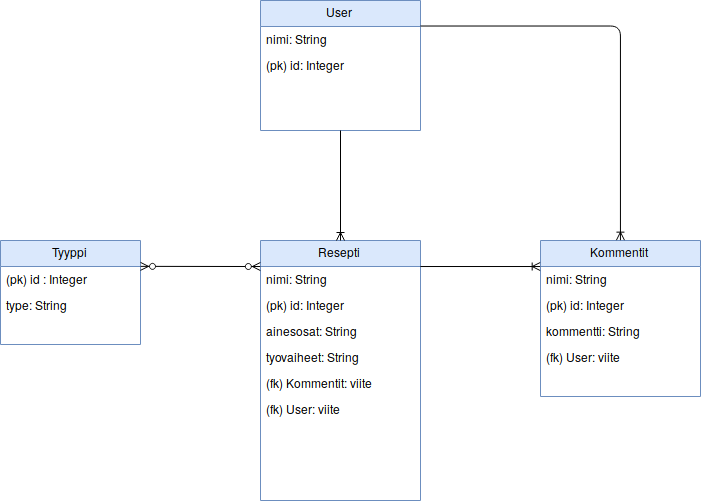
Before: dokumentaatio/reseptikirja_tietokantakaavio_alustava.png, a diagram exported from draw.io (Themis1/reseptikirja). Source tidied: cells renumbered, new cells last; positions are measured from the earlier drawing's top-left corner, leaving out a move shared by most shapes. Source of this version:
```xml
<mxGraphModel>
  <root>
    <mxCell id="0" />
    <mxCell id="1" parent="0" />
    <mxCell id="2" value="Kommentit" style="swimlane;fontStyle=0;horizontal=1;startSize=26;fillColor=#dae8fc;strokeColor=#6c8ebf;" parent="1" vertex="1">
      <mxGeometry x="540" y="240" width="160" height="156" as="geometry" />
    </mxCell>
    <mxCell id="3" value="nimi: String" style="text;strokeColor=none;fillColor=none;align=left;verticalAlign=top;spacingLeft=4;spacingRight=4;overflow=hidden;points=[[0,0.5],[1,0.5]];portConstraint=eastwest;" parent="2" vertex="1">
      <mxGeometry y="26" width="160" height="26" as="geometry" />
    </mxCell>
    <mxCell id="4" value="(pk) id: Integer" style="text;strokeColor=none;fillColor=none;align=left;verticalAlign=top;spacingLeft=4;spacingRight=4;overflow=hidden;" parent="2" vertex="1">
      <mxGeometry y="52" width="160" height="26" as="geometry" />
    </mxCell>
    <mxCell id="5" value="kommentti: String" style="text;strokeColor=none;fillColor=none;align=left;verticalAlign=top;spacingLeft=4;spacingRight=4;overflow=hidden;" parent="2" vertex="1">
      <mxGeometry y="78" width="160" height="26" as="geometry" />
    </mxCell>
    <mxCell id="6" value="(fk) User: viite" style="text;strokeColor=none;fillColor=none;align=left;verticalAlign=top;spacingLeft=4;spacingRight=4;overflow=hidden;points=[[0,0.5],[1,0.5]];portConstraint=eastwest;" parent="2" vertex="1">
      <mxGeometry y="104" width="160" height="26" as="geometry" />
    </mxCell>
    <mxCell id="7" value=" " style="text;strokeColor=none;fillColor=none;align=left;verticalAlign=top;spacingLeft=4;spacingRight=4;overflow=hidden;" parent="2" vertex="1">
      <mxGeometry y="130" width="160" height="26" as="geometry" />
    </mxCell>
    <mxCell id="8" value="Resepti" style="swimlane;fontStyle=0;horizontal=1;startSize=26;fillColor=#dae8fc;strokeColor=#6c8ebf;" parent="1" vertex="1">
      <mxGeometry x="260" y="240" width="160" height="260" as="geometry" />
    </mxCell>
    <mxCell id="9" value="nimi: String" style="text;strokeColor=none;fillColor=none;align=left;verticalAlign=top;spacingLeft=4;spacingRight=4;overflow=hidden;points=[[0,0.5],[1,0.5]];portConstraint=eastwest;" parent="8" vertex="1">
      <mxGeometry y="26" width="160" height="26" as="geometry" />
    </mxCell>
    <mxCell id="10" value="(pk) id: Integer" style="text;strokeColor=none;fillColor=none;align=left;verticalAlign=top;spacingLeft=4;spacingRight=4;overflow=hidden;" parent="8" vertex="1">
      <mxGeometry y="52" width="160" height="26" as="geometry" />
    </mxCell>
    <mxCell id="11" value="ainesosat: String" style="text;strokeColor=none;fillColor=none;align=left;verticalAlign=top;spacingLeft=4;spacingRight=4;overflow=hidden;" parent="8" vertex="1">
      <mxGeometry y="78" width="160" height="26" as="geometry" />
    </mxCell>
    <mxCell id="12" value="tyovaiheet: String" style="text;strokeColor=none;fillColor=none;align=left;verticalAlign=top;spacingLeft=4;spacingRight=4;overflow=hidden;" parent="8" vertex="1">
      <mxGeometry y="104" width="160" height="26" as="geometry" />
    </mxCell>
    <mxCell id="13" value="(fk) Kommentit: viite" style="text;strokeColor=none;fillColor=none;align=left;verticalAlign=top;spacingLeft=4;spacingRight=4;overflow=hidden;" parent="8" vertex="1">
      <mxGeometry y="130" width="160" height="26" as="geometry" />
    </mxCell>
    <mxCell id="14" value="(fk) User: viite" style="text;strokeColor=none;fillColor=none;align=left;verticalAlign=top;spacingLeft=4;spacingRight=4;overflow=hidden;" parent="8" vertex="1">
      <mxGeometry y="156" width="160" height="26" as="geometry" />
    </mxCell>
    <mxCell id="15" value=" " style="text;strokeColor=none;fillColor=none;align=left;verticalAlign=top;spacingLeft=4;spacingRight=4;overflow=hidden;" parent="8" vertex="1">
      <mxGeometry y="182" width="160" height="26" as="geometry" />
    </mxCell>
    <mxCell id="16" value=" " style="text;strokeColor=none;fillColor=none;align=left;verticalAlign=top;spacingLeft=4;spacingRight=4;overflow=hidden;" parent="8" vertex="1">
      <mxGeometry y="208" width="160" height="26" as="geometry" />
    </mxCell>
    <mxCell id="17" value=" " style="text;strokeColor=none;fillColor=none;align=left;verticalAlign=top;spacingLeft=4;spacingRight=4;overflow=hidden;" parent="8" vertex="1">
      <mxGeometry y="234" width="160" height="26" as="geometry" />
    </mxCell>
    <mxCell id="18" value="Tyyppi" style="swimlane;fontStyle=0;horizontal=1;startSize=26;fillColor=#dae8fc;strokeColor=#6c8ebf;" parent="1" vertex="1">
      <mxGeometry y="240" width="140" height="104" as="geometry" />
    </mxCell>
    <mxCell id="19" value="(pk) id : Integer" style="text;strokeColor=none;fillColor=none;align=left;verticalAlign=top;spacingLeft=4;spacingRight=4;overflow=hidden;points=[[0,0.5],[1,0.5]];portConstraint=eastwest;" parent="18" vertex="1">
      <mxGeometry y="26" width="140" height="26" as="geometry" />
    </mxCell>
    <mxCell id="20" value="type: String" style="text;strokeColor=none;fillColor=none;align=left;verticalAlign=top;spacingLeft=4;spacingRight=4;overflow=hidden;" parent="18" vertex="1">
      <mxGeometry y="52" width="140" height="26" as="geometry" />
    </mxCell>
    <mxCell id="21" value=" " style="text;strokeColor=none;fillColor=none;align=left;verticalAlign=top;spacingLeft=4;spacingRight=4;overflow=hidden;points=[[0,0.5],[1,0.5]];portConstraint=eastwest;" parent="18" vertex="1">
      <mxGeometry y="78" width="140" height="26" as="geometry" />
    </mxCell>
    <mxCell id="22" style="fontSize=12;html=1;endArrow=ERoneToMany;entryX=-0.002;entryY=0.001;entryDx=0;entryDy=0;entryPerimeter=0;exitX=0.999;exitY=0.001;exitDx=0;exitDy=0;exitPerimeter=0;" parent="1" edge="1" source="9" target="3">
      <mxGeometry relative="1" as="geometry" />
    </mxCell>
    <mxCell id="23" style="fontSize=12;html=1;endArrow=ERzeroToMany;endFill=1;startArrow=ERzeroToMany;entryX=-0.001;entryY=0.001;entryDx=0;entryDy=0;entryPerimeter=0;exitX=1;exitY=-0.005;exitDx=0;exitDy=0;exitPerimeter=0;" parent="1" edge="1" source="19" target="9">
      <mxGeometry relative="1" as="geometry" />
    </mxCell>
    <mxCell id="24" value="User" style="swimlane;fontStyle=0;horizontal=1;startSize=26;fillColor=#dae8fc;strokeColor=#6c8ebf;" parent="1" vertex="1">
      <mxGeometry x="260" width="160" height="130" as="geometry" />
    </mxCell>
    <mxCell id="25" value="nimi: String" style="text;strokeColor=none;fillColor=none;align=left;verticalAlign=top;spacingLeft=4;spacingRight=4;overflow=hidden;points=[[0,0.5],[1,0.5]];portConstraint=eastwest;" parent="24" vertex="1">
      <mxGeometry y="26" width="160" height="26" as="geometry" />
    </mxCell>
    <mxCell id="26" value="(pk) id: Integer" style="text;strokeColor=none;fillColor=none;align=left;verticalAlign=top;spacingLeft=4;spacingRight=4;overflow=hidden;" parent="24" vertex="1">
      <mxGeometry y="52" width="160" height="26" as="geometry" />
    </mxCell>
    <mxCell id="27" value=" " style="text;strokeColor=none;fillColor=none;align=left;verticalAlign=top;spacingLeft=4;spacingRight=4;overflow=hidden;" parent="24" vertex="1">
      <mxGeometry y="78" width="160" height="26" as="geometry" />
    </mxCell>
    <mxCell id="28" value=" " style="text;strokeColor=none;fillColor=none;align=left;verticalAlign=top;spacingLeft=4;spacingRight=4;overflow=hidden;" parent="24" vertex="1">
      <mxGeometry y="104" width="160" height="26" as="geometry" />
    </mxCell>
    <mxCell id="29" style="fontSize=12;html=1;endArrow=ERoneToMany;exitX=0.5;exitY=1;exitDx=0;exitDy=0;entryX=0.5;entryY=0;entryDx=0;entryDy=0;" parent="1" edge="1" source="24" target="8">
      <mxGeometry relative="1" as="geometry" />
    </mxCell>
    <mxCell id="30" style="fontSize=12;html=1;endArrow=ERoneToMany;entryX=0.5;entryY=0;entryDx=0;entryDy=0;exitX=1.001;exitY=-0.002;exitDx=0;exitDy=0;exitPerimeter=0;edgeStyle=orthogonalEdgeStyle;" parent="1" edge="1" source="25">
      <mxGeometry relative="1" as="geometry">
        <mxPoint x="619.9" y="239.6" as="targetPoint" />
        <Array as="points">
          <mxPoint x="620" y="26" />
        </Array>
      </mxGeometry>
    </mxCell>
  </root>
</mxGraphModel>
```
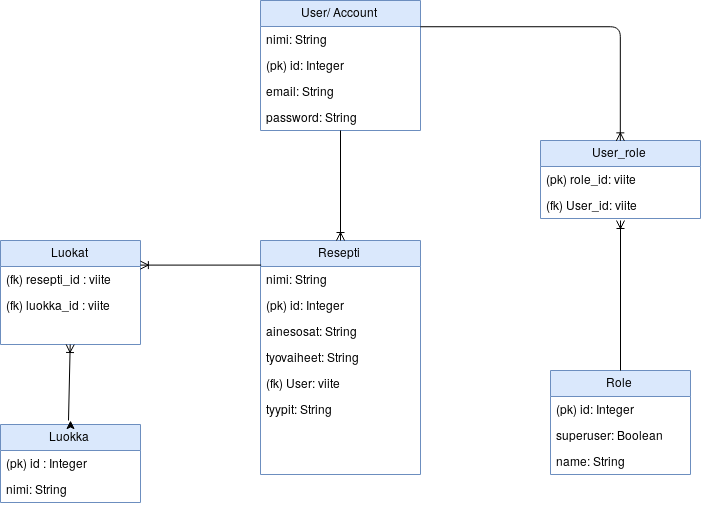
The same file after the commit.

The edit, as a diff of the source:
```diff
@@ -2,26 +2,17 @@
   <root>
     <mxCell id="0" />
     <mxCell id="1" parent="0" />
-    <mxCell id="2" value="Kommentit" style="swimlane;fontStyle=0;horizontal=1;startSize=26;fillColor=#dae8fc;strokeColor=#6c8ebf;" parent="1" vertex="1">
-      <mxGeometry x="540" y="240" width="160" height="156" as="geometry" />
+    <mxCell id="2" value="User_role" style="swimlane;fontStyle=0;horizontal=1;startSize=26;fillColor=#dae8fc;strokeColor=#6c8ebf;" parent="1" vertex="1">
+      <mxGeometry x="540" y="140" width="160" height="78" as="geometry" />
     </mxCell>
-    <mxCell id="3" value="nimi: String" style="text;strokeColor=none;fillColor=none;align=left;verticalAlign=top;spacingLeft=4;spacingRight=4;overflow=hidden;points=[[0,0.5],[1,0.5]];portConstraint=eastwest;" parent="2" vertex="1">
-      <mxGeometry y="26" width="160" height="26" as="geometry" />
-    </mxCell>
-    <mxCell id="4" value="(pk) id: Integer" style="text;strokeColor=none;fillColor=none;align=left;verticalAlign=top;spacingLeft=4;spacingRight=4;overflow=hidden;" parent="2" vertex="1">
-      <mxGeometry y="52" width="160" height="26" as="geometry" />
+    <mxCell id="4" value="(pk) role_id: viite" style="text;strokeColor=none;fillColor=none;align=left;verticalAlign=top;spacingLeft=4;spacingRight=4;overflow=hidden;" parent="2" vertex="1">
+      <mxGeometry y="26" width="160" height="26" as="geometry" />
     </mxCell>
-    <mxCell id="5" value="kommentti: String" style="text;strokeColor=none;fillColor=none;align=left;verticalAlign=top;spacingLeft=4;spacingRight=4;overflow=hidden;" parent="2" vertex="1">
-      <mxGeometry y="78" width="160" height="26" as="geometry" />
-    </mxCell>
-    <mxCell id="6" value="(fk) User: viite" style="text;strokeColor=none;fillColor=none;align=left;verticalAlign=top;spacingLeft=4;spacingRight=4;overflow=hidden;points=[[0,0.5],[1,0.5]];portConstraint=eastwest;" parent="2" vertex="1">
-      <mxGeometry y="104" width="160" height="26" as="geometry" />
+    <mxCell id="6" value="(fk) User_id: viite" style="text;strokeColor=none;fillColor=none;align=left;verticalAlign=top;spacingLeft=4;spacingRight=4;overflow=hidden;points=[[0,0.5],[1,0.5]];portConstraint=eastwest;" parent="2" vertex="1">
+      <mxGeometry y="52" width="160" height="26" as="geometry" />
     </mxCell>
-    <mxCell id="7" value=" " style="text;strokeColor=none;fillColor=none;align=left;verticalAlign=top;spacingLeft=4;spacingRight=4;overflow=hidden;" parent="2" vertex="1">
-      <mxGeometry y="130" width="160" height="26" as="geometry" />
-    </mxCell>
     <mxCell id="8" value="Resepti" style="swimlane;fontStyle=0;horizontal=1;startSize=26;fillColor=#dae8fc;strokeColor=#6c8ebf;" parent="1" vertex="1">
-      <mxGeometry x="260" y="240" width="160" height="260" as="geometry" />
+      <mxGeometry x="260" y="240" width="160" height="234" as="geometry" />
     </mxCell>
     <mxCell id="9" value="nimi: String" style="text;strokeColor=none;fillColor=none;align=left;verticalAlign=top;spacingLeft=4;spacingRight=4;overflow=hidden;points=[[0,0.5],[1,0.5]];portConstraint=eastwest;" parent="8" vertex="1">
       <mxGeometry y="26" width="160" height="26" as="geometry" />
@@ -35,40 +26,31 @@
     <mxCell id="12" value="tyovaiheet: String" style="text;strokeColor=none;fillColor=none;align=left;verticalAlign=top;spacingLeft=4;spacingRight=4;overflow=hidden;" parent="8" vertex="1">
       <mxGeometry y="104" width="160" height="26" as="geometry" />
     </mxCell>
-    <mxCell id="13" value="(fk) Kommentit: viite" style="text;strokeColor=none;fillColor=none;align=left;verticalAlign=top;spacingLeft=4;spacingRight=4;overflow=hidden;" parent="8" vertex="1">
-      <mxGeometry y="130" width="160" height="26" as="geometry" />
-    </mxCell>
     <mxCell id="14" value="(fk) User: viite" style="text;strokeColor=none;fillColor=none;align=left;verticalAlign=top;spacingLeft=4;spacingRight=4;overflow=hidden;" parent="8" vertex="1">
-      <mxGeometry y="156" width="160" height="26" as="geometry" />
+      <mxGeometry y="130" width="160" height="26" as="geometry" />
     </mxCell>
-    <mxCell id="15" value=" " style="text;strokeColor=none;fillColor=none;align=left;verticalAlign=top;spacingLeft=4;spacingRight=4;overflow=hidden;" parent="8" vertex="1">
-      <mxGeometry y="182" width="160" height="26" as="geometry" />
+    <mxCell id="15" value="tyypit: String" style="text;strokeColor=none;fillColor=none;align=left;verticalAlign=top;spacingLeft=4;spacingRight=4;overflow=hidden;" parent="8" vertex="1">
+      <mxGeometry y="156" width="160" height="26" as="geometry" />
     </mxCell>
     <mxCell id="16" value=" " style="text;strokeColor=none;fillColor=none;align=left;verticalAlign=top;spacingLeft=4;spacingRight=4;overflow=hidden;" parent="8" vertex="1">
-      <mxGeometry y="208" width="160" height="26" as="geometry" />
+      <mxGeometry y="182" width="160" height="26" as="geometry" />
     </mxCell>
     <mxCell id="17" value=" " style="text;strokeColor=none;fillColor=none;align=left;verticalAlign=top;spacingLeft=4;spacingRight=4;overflow=hidden;" parent="8" vertex="1">
-      <mxGeometry y="234" width="160" height="26" as="geometry" />
+      <mxGeometry y="208" width="160" height="26" as="geometry" />
     </mxCell>
-    <mxCell id="18" value="Tyyppi" style="swimlane;fontStyle=0;horizontal=1;startSize=26;fillColor=#dae8fc;strokeColor=#6c8ebf;" parent="1" vertex="1">
+    <mxCell id="18" value="Luokat" style="swimlane;fontStyle=0;horizontal=1;startSize=26;fillColor=#dae8fc;strokeColor=#6c8ebf;" parent="1" vertex="1">
       <mxGeometry y="240" width="140" height="104" as="geometry" />
     </mxCell>
-    <mxCell id="19" value="(pk) id : Integer" style="text;strokeColor=none;fillColor=none;align=left;verticalAlign=top;spacingLeft=4;spacingRight=4;overflow=hidden;points=[[0,0.5],[1,0.5]];portConstraint=eastwest;" parent="18" vertex="1">
+    <mxCell id="19" value="(fk) resepti_id : viite" style="text;strokeColor=none;fillColor=none;align=left;verticalAlign=top;spacingLeft=4;spacingRight=4;overflow=hidden;points=[[0,0.5],[1,0.5]];portConstraint=eastwest;" parent="18" vertex="1">
       <mxGeometry y="26" width="140" height="26" as="geometry" />
     </mxCell>
-    <mxCell id="20" value="type: String" style="text;strokeColor=none;fillColor=none;align=left;verticalAlign=top;spacingLeft=4;spacingRight=4;overflow=hidden;" parent="18" vertex="1">
+    <mxCell id="20" value="(fk) luokka_id : viite" style="text;strokeColor=none;fillColor=none;align=left;verticalAlign=top;spacingLeft=4;spacingRight=4;overflow=hidden;" parent="18" vertex="1">
       <mxGeometry y="52" width="140" height="26" as="geometry" />
     </mxCell>
     <mxCell id="21" value=" " style="text;strokeColor=none;fillColor=none;align=left;verticalAlign=top;spacingLeft=4;spacingRight=4;overflow=hidden;points=[[0,0.5],[1,0.5]];portConstraint=eastwest;" parent="18" vertex="1">
       <mxGeometry y="78" width="140" height="26" as="geometry" />
     </mxCell>
-    <mxCell id="22" style="fontSize=12;html=1;endArrow=ERoneToMany;entryX=-0.002;entryY=0.001;entryDx=0;entryDy=0;entryPerimeter=0;exitX=0.999;exitY=0.001;exitDx=0;exitDy=0;exitPerimeter=0;" parent="1" edge="1" source="9" target="3">
-      <mxGeometry relative="1" as="geometry" />
-    </mxCell>
-    <mxCell id="23" style="fontSize=12;html=1;endArrow=ERzeroToMany;endFill=1;startArrow=ERzeroToMany;entryX=-0.001;entryY=0.001;entryDx=0;entryDy=0;entryPerimeter=0;exitX=1;exitY=-0.005;exitDx=0;exitDy=0;exitPerimeter=0;" parent="1" edge="1" source="19" target="9">
-      <mxGeometry relative="1" as="geometry" />
-    </mxCell>
-    <mxCell id="24" value="User" style="swimlane;fontStyle=0;horizontal=1;startSize=26;fillColor=#dae8fc;strokeColor=#6c8ebf;" parent="1" vertex="1">
+    <mxCell id="24" value="User/ Account" style="swimlane;fontStyle=0;horizontal=1;startSize=26;fillColor=#dae8fc;strokeColor=#6c8ebf;" parent="1" vertex="1">
       <mxGeometry x="260" width="160" height="130" as="geometry" />
     </mxCell>
     <mxCell id="25" value="nimi: String" style="text;strokeColor=none;fillColor=none;align=left;verticalAlign=top;spacingLeft=4;spacingRight=4;overflow=hidden;points=[[0,0.5],[1,0.5]];portConstraint=eastwest;" parent="24" vertex="1">
@@ -77,22 +59,56 @@
     <mxCell id="26" value="(pk) id: Integer" style="text;strokeColor=none;fillColor=none;align=left;verticalAlign=top;spacingLeft=4;spacingRight=4;overflow=hidden;" parent="24" vertex="1">
       <mxGeometry y="52" width="160" height="26" as="geometry" />
     </mxCell>
-    <mxCell id="27" value=" " style="text;strokeColor=none;fillColor=none;align=left;verticalAlign=top;spacingLeft=4;spacingRight=4;overflow=hidden;" parent="24" vertex="1">
+    <mxCell id="27" value="email: String" style="text;strokeColor=none;fillColor=none;align=left;verticalAlign=top;spacingLeft=4;spacingRight=4;overflow=hidden;" parent="24" vertex="1">
       <mxGeometry y="78" width="160" height="26" as="geometry" />
     </mxCell>
-    <mxCell id="28" value=" " style="text;strokeColor=none;fillColor=none;align=left;verticalAlign=top;spacingLeft=4;spacingRight=4;overflow=hidden;" parent="24" vertex="1">
+    <mxCell id="28" value="password: String" style="text;strokeColor=none;fillColor=none;align=left;verticalAlign=top;spacingLeft=4;spacingRight=4;overflow=hidden;" parent="24" vertex="1">
       <mxGeometry y="104" width="160" height="26" as="geometry" />
     </mxCell>
     <mxCell id="29" style="fontSize=12;html=1;endArrow=ERoneToMany;exitX=0.5;exitY=1;exitDx=0;exitDy=0;entryX=0.5;entryY=0;entryDx=0;entryDy=0;" parent="1" edge="1" source="24" target="8">
       <mxGeometry relative="1" as="geometry" />
     </mxCell>
-    <mxCell id="30" style="fontSize=12;html=1;endArrow=ERoneToMany;entryX=0.5;entryY=0;entryDx=0;entryDy=0;exitX=1.001;exitY=-0.002;exitDx=0;exitDy=0;exitPerimeter=0;edgeStyle=orthogonalEdgeStyle;" parent="1" edge="1" source="25">
+    <mxCell id="30" style="fontSize=12;html=1;endArrow=ERoneToMany;exitX=1.001;exitY=-0.002;exitDx=0;exitDy=0;exitPerimeter=0;edgeStyle=orthogonalEdgeStyle;entryX=0.5;entryY=0;entryDx=0;entryDy=0;" parent="1" edge="1" source="25" target="2">
       <mxGeometry relative="1" as="geometry">
-        <mxPoint x="619.9" y="239.6" as="targetPoint" />
         <Array as="points">
           <mxPoint x="620" y="26" />
         </Array>
       </mxGeometry>
     </mxCell>
+    <mxCell id="31" value="Luokka" style="swimlane;fontStyle=0;horizontal=1;startSize=26;fillColor=#dae8fc;strokeColor=#6c8ebf;" parent="1" vertex="1">
+      <mxGeometry y="424" width="140" height="78" as="geometry" />
+    </mxCell>
+    <mxCell id="32" value="(pk) id : Integer" style="text;strokeColor=none;fillColor=none;align=left;verticalAlign=top;spacingLeft=4;spacingRight=4;overflow=hidden;" parent="31" vertex="1">
+      <mxGeometry y="26" width="140" height="26" as="geometry" />
+    </mxCell>
+    <mxCell id="3" value="nimi: String" style="text;strokeColor=none;fillColor=none;align=left;verticalAlign=top;spacingLeft=4;spacingRight=4;overflow=hidden;points=[[0,0.5],[1,0.5]];portConstraint=eastwest;" parent="31" vertex="1">
+      <mxGeometry y="52" width="140" height="26" as="geometry" />
+    </mxCell>
+    <mxCell id="33" style="fontSize=12;html=1;endArrow=ERoneToMany;exitX=0.004;exitY=-0.054;exitDx=0;exitDy=0;exitPerimeter=0;entryX=0.999;entryY=-0.054;entryDx=0;entryDy=0;entryPerimeter=0;" parent="1" edge="1" source="9" target="19">
+      <mxGeometry relative="1" as="geometry" />
+    </mxCell>
+    <mxCell id="34" style="fontSize=12;html=1;endArrow=ERoneToMany;" parent="1" edge="1" target="21">
+      <mxGeometry relative="1" as="geometry">
+        <mxPoint x="68" y="420" as="sourcePoint" />
+      </mxGeometry>
+    </mxCell>
+    <mxCell id="35" style="edgeStyle=none;rounded=0;orthogonalLoop=1;jettySize=auto;html=1;entryX=0.5;entryY=-0.051;entryDx=0;entryDy=0;entryPerimeter=0;" parent="1" edge="1" source="31" target="31">
+      <mxGeometry relative="1" as="geometry" />
+    </mxCell>
+    <mxCell id="36" value="Role" style="swimlane;fontStyle=0;horizontal=1;startSize=26;fillColor=#dae8fc;strokeColor=#6c8ebf;" parent="1" vertex="1">
+      <mxGeometry x="550" y="370" width="140" height="104" as="geometry" />
+    </mxCell>
+    <mxCell id="37" value="(pk) id: Integer" style="text;strokeColor=none;fillColor=none;align=left;verticalAlign=top;spacingLeft=4;spacingRight=4;overflow=hidden;" parent="36" vertex="1">
+      <mxGeometry y="26" width="140" height="26" as="geometry" />
+    </mxCell>
+    <mxCell id="38" value="superuser: Boolean" style="text;strokeColor=none;fillColor=none;align=left;verticalAlign=top;spacingLeft=4;spacingRight=4;overflow=hidden;" parent="36" vertex="1">
+      <mxGeometry y="52" width="140" height="26" as="geometry" />
+    </mxCell>
+    <mxCell id="39" value="name: String" style="text;strokeColor=none;fillColor=none;align=left;verticalAlign=top;spacingLeft=4;spacingRight=4;overflow=hidden;" parent="36" vertex="1">
+      <mxGeometry y="78" width="140" height="26" as="geometry" />
+    </mxCell>
+    <mxCell id="40" style="fontSize=12;html=1;endArrow=ERoneToMany;exitX=0.5;exitY=0;exitDx=0;exitDy=0;entryX=0.5;entryY=1.077;entryDx=0;entryDy=0;entryPerimeter=0;" parent="1" edge="1" source="36" target="6">
+      <mxGeometry relative="1" as="geometry" />
+    </mxCell>
   </root>
 </mxGraphModel>
```
